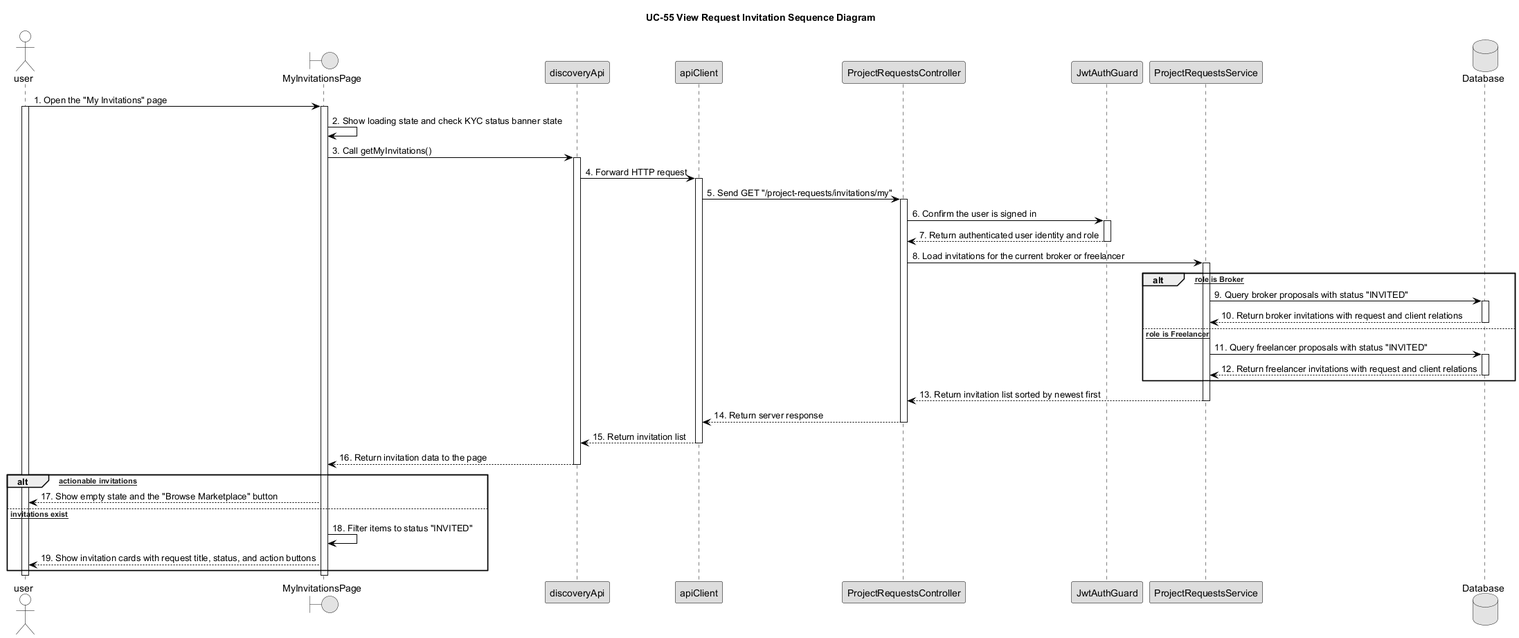
The PlantUML diagram diagram/sequence/UC55_View_Request_Invitation_Sequence_Diagram.png in bangdcce/SEP492-Project, before a commit.
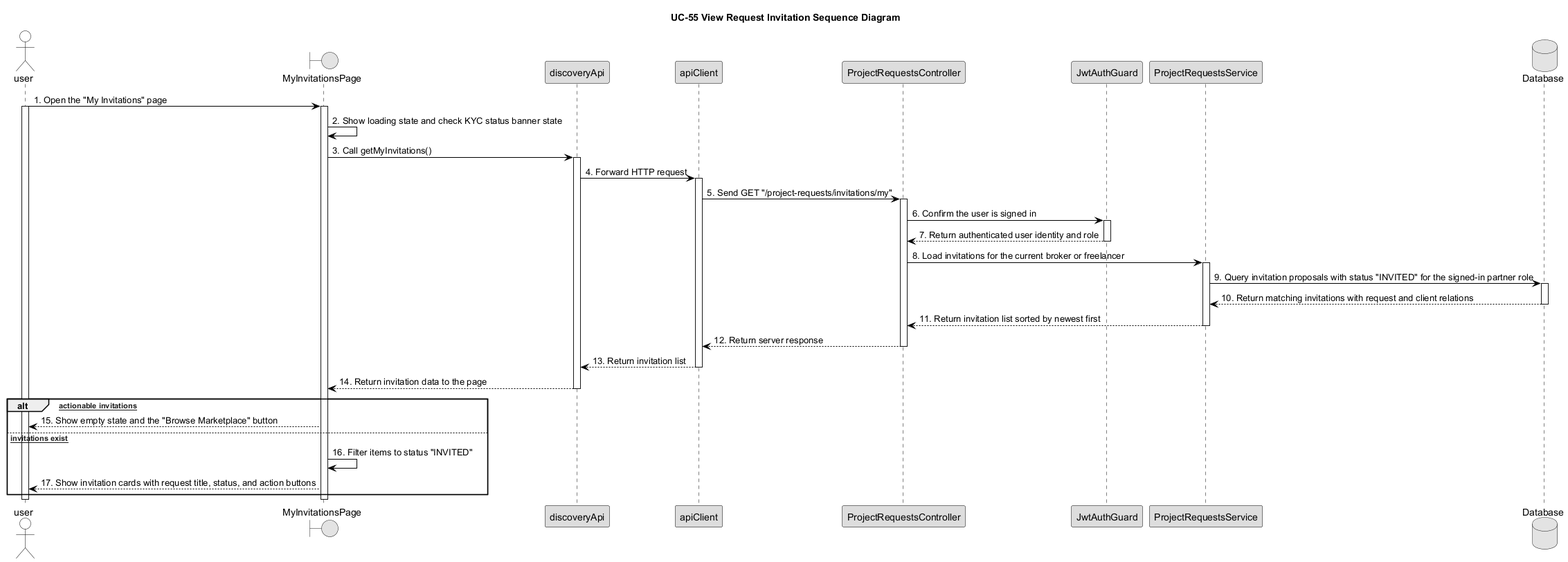
After the commit.

Change to the diagram source:
```diff
@@ -168,110 +168,43 @@
 
 Controller -> Service : 8. Load invitations for the current broker or freelancer
 
-
-
 activate Service
 
+Service -> DB : 9. Query invitation proposals with status "INVITED" for the signed-in partner role
 
+activate DB
 
-alt [User role is Broker]
+DB --> Service : 10. Return matching invitations with request and client relations
 
+deactivate DB
 
-
-    Service -> DB : 9. Query broker proposals with status "INVITED"
-
-
-
-    activate DB
-
-
-
-    DB --> Service : 10. Return broker invitations with request and client relations
-
-
-
-    deactivate DB
-
-
-
-else [User role is Freelancer]
-
-
-
-    Service -> DB : 11. Query freelancer proposals with status "INVITED"
-
-
-
-    activate DB
-
-
-
-    DB --> Service : 12. Return freelancer invitations with request and client relations
-
-
-
-    deactivate DB
-
-
-
-end
-
-
-
-Service --> Controller : 13. Return invitation list sorted by newest first
-
-
+Service --> Controller : 11. Return invitation list sorted by newest first
 
 deactivate Service
 
-
-
-Controller --> ApiClient : 14. Return server response
-
-
+Controller --> ApiClient : 12. Return server response
 
 deactivate Controller
 
-
-
-ApiClient --> DiscoveryAPI : 15. Return invitation list
-
-
+ApiClient --> DiscoveryAPI : 13. Return invitation list
 
 deactivate ApiClient
 
-
-
-DiscoveryAPI --> Page : 16. Return invitation data to the page
-
-
+DiscoveryAPI --> Page : 14. Return invitation data to the page
 
 deactivate DiscoveryAPI
 
-
-
 alt [No actionable invitations]
 
-
-
-    Page --> user : 17. Show empty state and the "Browse Marketplace" button
-
-
+    Page --> user : 15. Show empty state and the "Browse Marketplace" button
 
 else [Pending invitations exist]
 
+    Page -> Page : 16. Filter items to status "INVITED"
 
-
-    Page -> Page : 18. Filter items to status "INVITED"
-
-
-
-    Page --> user : 19. Show invitation cards with request title, status, and action buttons
-
-
+    Page --> user : 17. Show invitation cards with request title, status, and action buttons
 
 end
-
 
 
 deactivate Page
```
